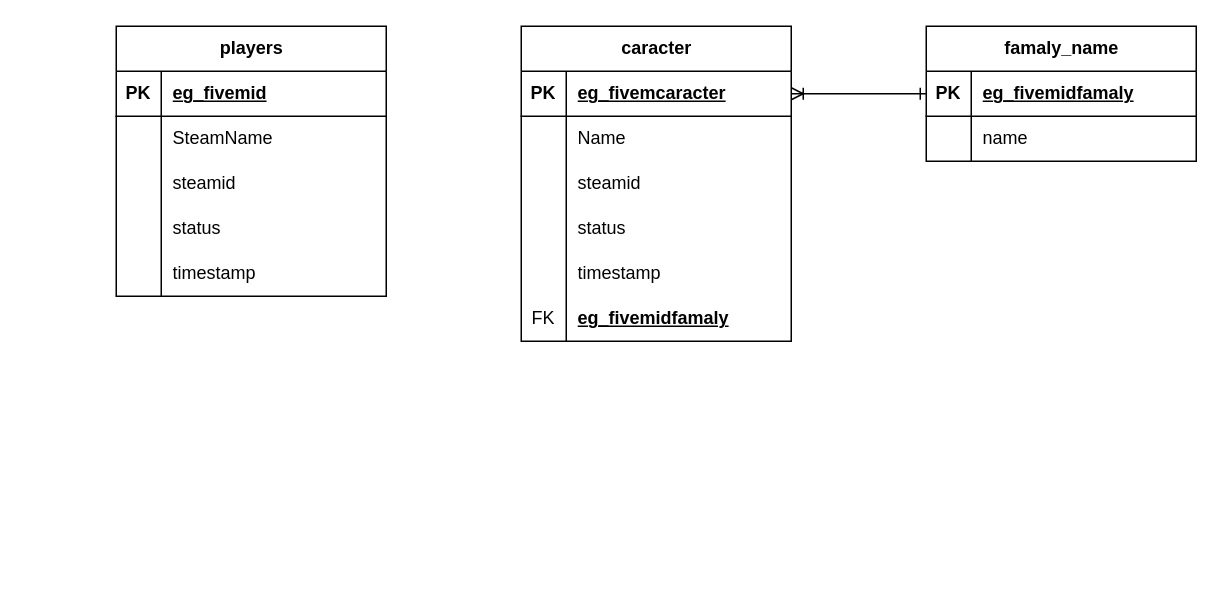
Before: EGSolutions/Designs/Diagrams/FivemDatabase.drawio in Fevereiro2/Docs, a draw.io diagram. Source tidied: cells renumbered, new cells numbered last; positions are measured from the earlier drawing's top-left corner, leaving out a move shared by most shapes. Both pictures are drawn from the tidied source at 150%, with x=0, y=0 at pixel (116, 26).
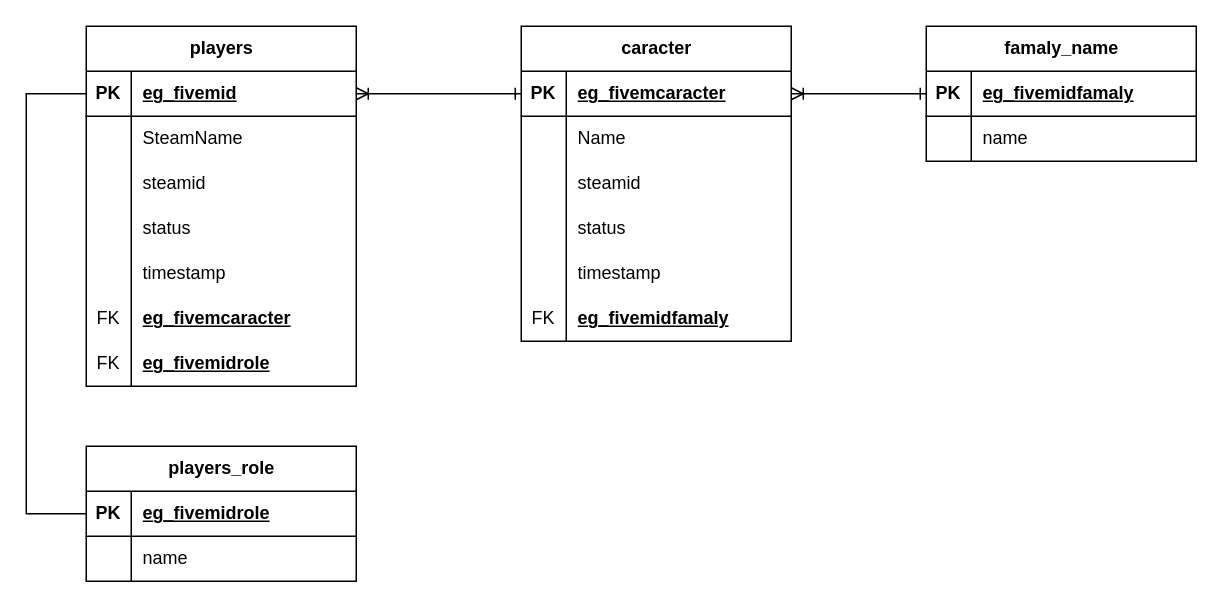
The same page after the edit.

Commit message:
Create table player Roles

Unchanged cells that the change refers to:
```xml
<mxCell id="3" style="shape=tableRow;horizontal=0;startSize=0;swimlaneHead=0;swimlaneBody=0;fillColor=none;points=[[0,0.5],[1,0.5]];portConstraint=eastwest;top=0;left=0;right=0;bottom=1;" parent="2" vertex="1">
  <mxGeometry y="30" width="180" height="30" as="geometry" />
</mxCell>
<mxCell id="19" style="shape=tableRow;horizontal=0;startSize=0;swimlaneHead=0;swimlaneBody=0;fillColor=none;points=[[0,0.5],[1,0.5]];portConstraint=eastwest;top=0;left=0;right=0;bottom=1;" parent="18" vertex="1">
  <mxGeometry y="30" width="180" height="30" as="geometry" />
</mxCell>
```

What changed in the source:
```diff
@@
     <mxCell id="2" value="players" style="shape=table;startSize=30;childLayout=tableLayout;rowLines=0;fontStyle=1;align=center;html=1;" parent="1" vertex="1">
-      <mxGeometry width="180" height="180" as="geometry" />
+      <mxGeometry x="-20" width="180" height="240" as="geometry" />
     </mxCell>
@@
+    <mxCell id="45" style="shape=tableRow;horizontal=0;startSize=0;swimlaneHead=0;swimlaneBody=0;fillColor=none;top=0;left=0;right=0;bottom=0;" parent="2" vertex="1">
+      <mxGeometry y="180" width="180" height="30" as="geometry" />
+    </mxCell>
+    <mxCell id="46" value="FK" style="shape=partialRectangle;fillColor=none;top=0;left=0;bottom=0;right=0;overflow=hidden;whiteSpace=wrap;html=1;" parent="45" vertex="1">
+      <mxGeometry width="30" height="30" as="geometry" />
+    </mxCell>
+    <mxCell id="47" value="&lt;span style=&quot;font-weight: 700; text-decoration-line: underline;&quot;&gt;eg_fivemcaracter&lt;/span&gt;" style="shape=partialRectangle;fillColor=none;top=0;left=0;bottom=0;right=0;align=left;spacingLeft=6;overflow=hidden;whiteSpace=wrap;html=1;" parent="45" vertex="1">
+      <mxGeometry x="30" width="150" height="30" as="geometry" />
+    </mxCell>
+    <mxCell id="48" style="shape=tableRow;horizontal=0;startSize=0;swimlaneHead=0;swimlaneBody=0;fillColor=none;top=0;left=0;right=0;bottom=0;" parent="2" vertex="1">
+      <mxGeometry y="210" width="180" height="30" as="geometry" />
+    </mxCell>
+    <mxCell id="49" value="FK" style="shape=partialRectangle;fillColor=none;top=0;left=0;bottom=0;right=0;overflow=hidden;whiteSpace=wrap;html=1;" parent="48" vertex="1">
+      <mxGeometry width="30" height="30" as="geometry" />
+    </mxCell>
+    <mxCell id="50" value="&lt;span style=&quot;font-weight: 700; text-decoration-line: underline;&quot;&gt;eg_fivemidrole&lt;/span&gt;" style="shape=partialRectangle;fillColor=none;top=0;left=0;bottom=0;right=0;align=left;spacingLeft=6;overflow=hidden;whiteSpace=wrap;html=1;" parent="48" vertex="1">
+      <mxGeometry x="30" width="150" height="30" as="geometry" />
+    </mxCell>
@@
+    <mxCell id="51" style="endArrow=ERone;html=1;rounded=0;entryX=0;entryY=0.5;entryDx=0;entryDy=0;exitX=1;exitY=0.5;exitDx=0;exitDy=0;startArrow=ERoneToMany;startFill=0;endFill=0;" parent="1" edge="1" source="3" target="19">
+      <mxGeometry relative="1" as="geometry" />
+    </mxCell>
+    <mxCell id="52" value="players_role" style="shape=table;startSize=30;childLayout=tableLayout;rowLines=0;fontStyle=1;align=center;html=1;" parent="1" vertex="1">
+      <mxGeometry x="-20" y="280" width="180" height="90" as="geometry" />
+    </mxCell>
+    <mxCell id="53" style="shape=tableRow;horizontal=0;startSize=0;swimlaneHead=0;swimlaneBody=0;fillColor=none;points=[[0,0.5],[1,0.5]];portConstraint=eastwest;top=0;left=0;right=0;bottom=1;" parent="52" vertex="1">
+      <mxGeometry y="30" width="180" height="30" as="geometry" />
+    </mxCell>
+    <mxCell id="54" value="PK" style="shape=partialRectangle;fillColor=none;top=0;left=0;bottom=0;right=0;fontStyle=1;overflow=hidden;whiteSpace=wrap;html=1;" parent="53" vertex="1">
+      <mxGeometry width="30" height="30" as="geometry" />
+    </mxCell>
+    <mxCell id="55" value="eg_fivemidrole" style="shape=partialRectangle;fillColor=none;top=0;left=0;bottom=0;right=0;align=left;spacingLeft=6;fontStyle=5;overflow=hidden;whiteSpace=wrap;html=1;" parent="53" vertex="1">
+      <mxGeometry x="30" width="150" height="30" as="geometry" />
+    </mxCell>
+    <mxCell id="56" style="shape=tableRow;horizontal=0;startSize=0;swimlaneHead=0;swimlaneBody=0;fillColor=none;top=0;left=0;right=0;bottom=0;" parent="52" vertex="1">
+      <mxGeometry y="60" width="180" height="30" as="geometry" />
+    </mxCell>
+    <mxCell id="57" style="shape=partialRectangle;fillColor=none;top=0;left=0;bottom=0;right=0;overflow=hidden;whiteSpace=wrap;html=1;" parent="56" vertex="1">
+      <mxGeometry width="30" height="30" as="geometry" />
+    </mxCell>
+    <mxCell id="58" value="name" style="shape=partialRectangle;fillColor=none;top=0;left=0;bottom=0;right=0;align=left;spacingLeft=6;overflow=hidden;whiteSpace=wrap;html=1;" parent="56" vertex="1">
+      <mxGeometry x="30" width="150" height="30" as="geometry" />
+    </mxCell>
+    <mxCell id="59" style="endArrow=none;html=1;rounded=0;entryX=0;entryY=0.5;entryDx=0;entryDy=0;exitX=0;exitY=0.5;exitDx=0;exitDy=0;" parent="1" edge="1" source="3" target="53">
+      <mxGeometry relative="1" as="geometry">
+        <Array as="points">
+          <mxPoint x="-60" y="45" />
+          <mxPoint x="-60" y="325" />
+        </Array>
+      </mxGeometry>
+    </mxCell>
```
